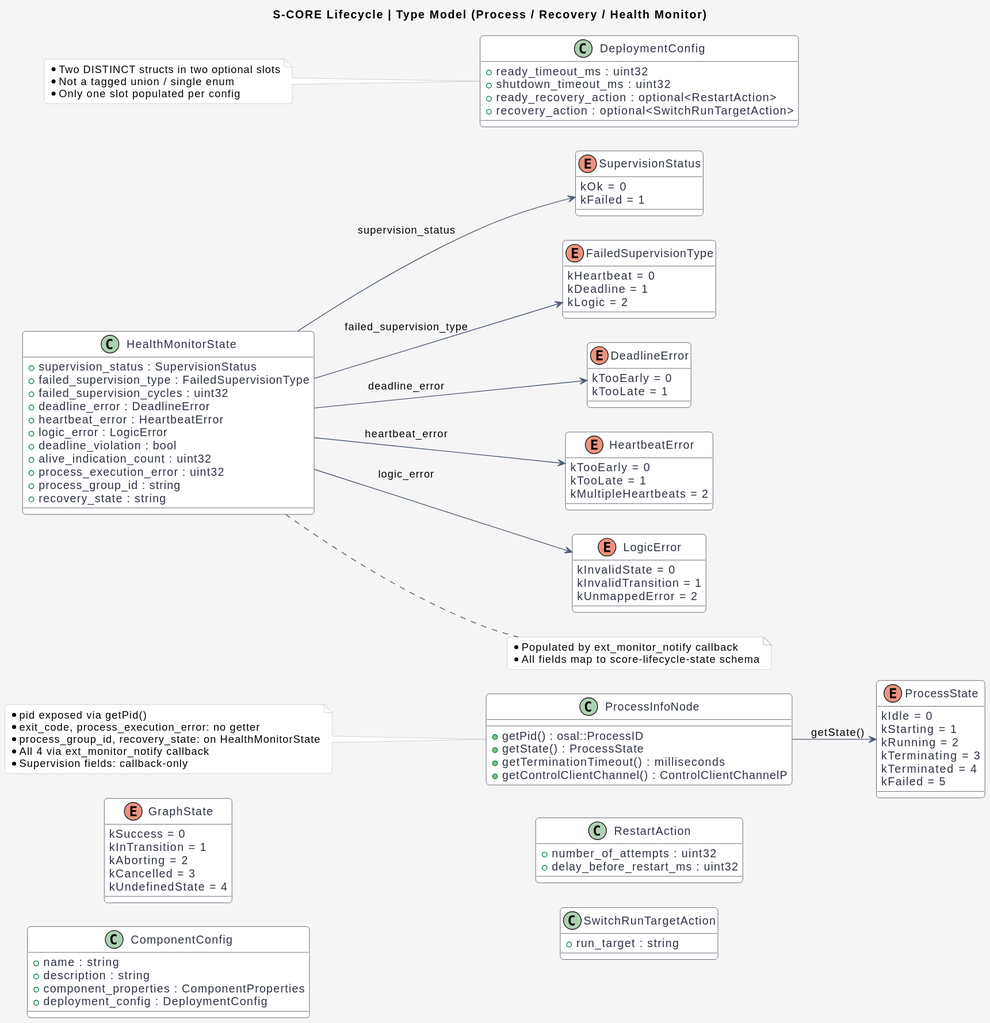
Above: docs/features/assets/lifecycle/Lifecycle_type_model.svg in akshayg0314/vel (PlantUML), before the change.
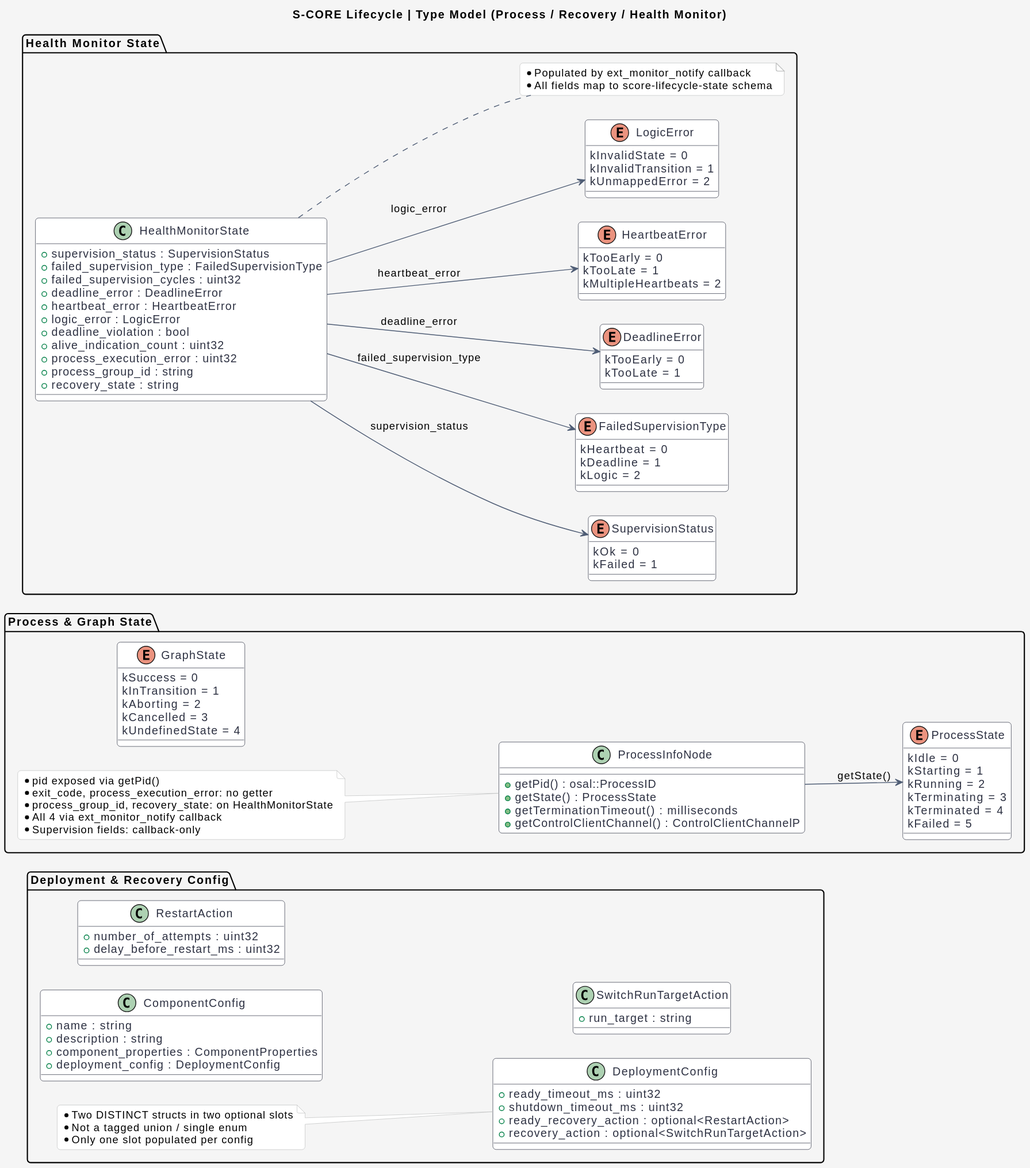
The same file after the commit.

Commit message:
docs(vel): add missing lifecycle evidence types and update type model diagram

The edit, as a diff of the source:
```diff
@@ -14,118 +14,126 @@
 skinparam nodesep 30
 skinparam ranksep 30
 
-enum ProcessState {
-  kIdle = 0
-  kStarting = 1
-  kRunning = 2
-  kTerminating = 3
-  kTerminated = 4
-  kFailed = 5
+package "Process & Graph State" {
+  enum ProcessState {
+    kIdle = 0
+    kStarting = 1
+    kRunning = 2
+    kTerminating = 3
+    kTerminated = 4
+    kFailed = 5
+  }
+
+  enum GraphState {
+    kSuccess = 0
+    kInTransition = 1
+    kAborting = 2
+    kCancelled = 3
+    kUndefinedState = 4
+  }
+
+  class ProcessInfoNode {
+    +getPid() : osal::ProcessID
+    +getState() : ProcessState
+    +getTerminationTimeout() : milliseconds
+    +getControlClientChannel() : ControlClientChannelP
+  }
+
+  ProcessInfoNode --> ProcessState : getState()
+
+  note left of ProcessInfoNode
+    * pid exposed via getPid()
+    * exit_code, process_execution_error: no getter
+    * process_group_id, recovery_state: on HealthMonitorState
+    * All 4 via ext_monitor_notify callback
+    * Supervision fields: callback-only
+  end note
 }
 
-enum GraphState {
-  kSuccess = 0
-  kInTransition = 1
-  kAborting = 2
-  kCancelled = 3
-  kUndefinedState = 4
+package "Health Monitor State" {
+  enum SupervisionStatus {
+    kOk = 0
+    kFailed = 1
+  }
+
+  enum FailedSupervisionType {
+    kHeartbeat = 0
+    kDeadline = 1
+    kLogic = 2
+  }
+
+  enum DeadlineError {
+    kTooEarly = 0
+    kTooLate = 1
+  }
+
+  enum HeartbeatError {
+    kTooEarly = 0
+    kTooLate = 1
+    kMultipleHeartbeats = 2
+  }
+
+  enum LogicError {
+    kInvalidState = 0
+    kInvalidTransition = 1
+    kUnmappedError = 2
+  }
+
+  class HealthMonitorState {
+    +supervision_status : SupervisionStatus
+    +failed_supervision_type : FailedSupervisionType
+    +failed_supervision_cycles : uint32
+    +deadline_error : DeadlineError
+    +heartbeat_error : HeartbeatError
+    +logic_error : LogicError
+    +deadline_violation : bool
+    +alive_indication_count : uint32
+    +process_execution_error : uint32
+    +process_group_id : string
+    +recovery_state : string
+  }
+
+  HealthMonitorState --> SupervisionStatus : supervision_status
+  HealthMonitorState --> FailedSupervisionType : failed_supervision_type
+  HealthMonitorState --> DeadlineError : deadline_error
+  HealthMonitorState --> HeartbeatError : heartbeat_error
+  HealthMonitorState --> LogicError : logic_error
+
+  note right of HealthMonitorState
+    * Populated by ext_monitor_notify callback
+    * All fields map to score-lifecycle-state schema
+  end note
 }
 
-enum SupervisionStatus {
-  kOk = 0
-  kFailed = 1
+package "Deployment & Recovery Config" {
+  class DeploymentConfig {
+    +ready_timeout_ms : uint32
+    +shutdown_timeout_ms : uint32
+    +ready_recovery_action : optional<RestartAction>
+    +recovery_action : optional<SwitchRunTargetAction>
+  }
+
+  class ComponentConfig {
+    +name : string
+    +description : string
+    +component_properties : ComponentProperties
+    +deployment_config : DeploymentConfig
+  }
+
+  class RestartAction {
+    +number_of_attempts : uint32
+    +delay_before_restart_ms : uint32
+  }
+
+  class SwitchRunTargetAction {
+    +run_target : string
+  }
+
+
+  note left of DeploymentConfig
+    * Two DISTINCT structs in two optional slots
+    * Not a tagged union / single enum
+    * Only one slot populated per config
+  end note
 }
-
-enum FailedSupervisionType {
-  kHeartbeat = 0
-  kDeadline = 1
-  kLogic = 2
-}
-
-enum DeadlineError {
-  kTooEarly = 0
-  kTooLate = 1
-}
-
-enum HeartbeatError {
-  kTooEarly = 0
-  kTooLate = 1
-  kMultipleHeartbeats = 2
-}
-
-enum LogicError {
-  kInvalidState = 0
-  kInvalidTransition = 1
-  kUnmappedError = 2
-}
-
-class HealthMonitorState {
-  +supervision_status : SupervisionStatus
-  +failed_supervision_type : FailedSupervisionType
-  +failed_supervision_cycles : uint32
-  +deadline_error : DeadlineError
-  +heartbeat_error : HeartbeatError
-  +logic_error : LogicError
-  +deadline_violation : bool
-  +alive_indication_count : uint32
-  +process_execution_error : uint32
-  +process_group_id : string
-  +recovery_state : string
-}
-
-class ProcessInfoNode {
-  +getPid() : osal::ProcessID
-  +getState() : ProcessState
-  +getTerminationTimeout() : milliseconds
-  +getControlClientChannel() : ControlClientChannelP
-}
-
-class DeploymentConfig {
-  +ready_timeout_ms : uint32
-  +shutdown_timeout_ms : uint32
-  +ready_recovery_action : optional<RestartAction>
-  +recovery_action : optional<SwitchRunTargetAction>
-}
-
-class ComponentConfig {
-  +name : string
-  +description : string
-  +component_properties : ComponentProperties
-  +deployment_config : DeploymentConfig
-}
-
-class RestartAction {
-  +number_of_attempts : uint32
-  +delay_before_restart_ms : uint32
-}
-
-class SwitchRunTargetAction {
-  +run_target : string
-}
-
-ProcessInfoNode --> ProcessState : getState()
-HealthMonitorState --> SupervisionStatus : supervision_status
-HealthMonitorState --> FailedSupervisionType : failed_supervision_type
-HealthMonitorState --> DeadlineError : deadline_error
-HealthMonitorState --> HeartbeatError : heartbeat_error
-HealthMonitorState --> LogicError : logic_error
-
-note left of DeploymentConfig
-  * Two DISTINCT structs in two optional slots
-  * Not a tagged union / single enum
-  * Only one slot populated per config
-end note
-
-note left of ProcessInfoNode
-  * pid exposed via getPid()
-  * exit_code, process_execution_error: no getter
-  * process_group_id, recovery_state: on HealthMonitorState
-  * All 4 via ext_monitor_notify callback
-  * Supervision fields: callback-only
-end note
-
-note right of HealthMonitorState
-  * Populated by ext_monitor_notify callback
-  * All fields map to score-lifecycle-state schema
-end note
 @enduml
```
